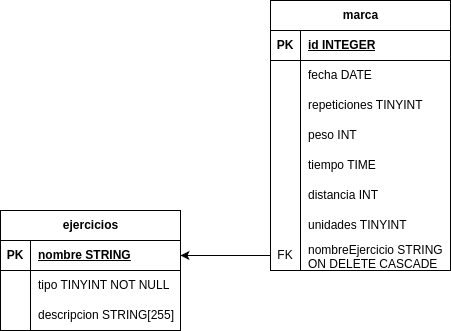
Before: doc/fotos/BDL iteracion 1.png, a diagram exported from draw.io (paccco/TFG). Source tidied: cells renumbered, new cells last; positions are measured from the earlier drawing's top-left corner, leaving out a move shared by most shapes. Source of this version:
```xml
<mxGraphModel>
  <root>
    <mxCell id="0" />
    <mxCell id="1" parent="0" />
    <mxCell id="2" value="ejercicios" style="shape=table;startSize=30;rowLines=0;fontStyle=1;align=center;html=1;" parent="1" vertex="1">
      <mxGeometry y="210" width="180" height="120" as="geometry" />
    </mxCell>
    <mxCell id="3" style="shape=tableRow;horizontal=0;startSize=0;swimlaneHead=0;swimlaneBody=0;fillColor=none;points=[[0,0.5],[1,0.5]];portConstraint=eastwest;top=0;left=0;right=0;bottom=1;" parent="2" vertex="1">
      <mxGeometry y="30" width="180" height="30" as="geometry" />
    </mxCell>
    <mxCell id="4" value="PK" style="shape=partialRectangle;fillColor=none;top=0;left=0;bottom=0;right=0;fontStyle=1;overflow=hidden;whiteSpace=wrap;html=1;" parent="3" vertex="1">
      <mxGeometry width="30" height="30" as="geometry" />
    </mxCell>
    <mxCell id="5" value="nombre STRING" style="shape=partialRectangle;fillColor=none;top=0;left=0;bottom=0;right=0;align=left;spacingLeft=6;fontStyle=5;overflow=hidden;whiteSpace=wrap;html=1;" parent="3" vertex="1">
      <mxGeometry x="30" width="150" height="30" as="geometry" />
    </mxCell>
    <mxCell id="6" style="shape=tableRow;horizontal=0;startSize=0;swimlaneHead=0;swimlaneBody=0;fillColor=none;top=0;left=0;right=0;bottom=0;" parent="2" vertex="1">
      <mxGeometry y="60" width="180" height="30" as="geometry" />
    </mxCell>
    <mxCell id="7" style="shape=partialRectangle;fillColor=none;top=0;left=0;bottom=0;right=0;overflow=hidden;whiteSpace=wrap;html=1;" parent="6" vertex="1">
      <mxGeometry width="30" height="30" as="geometry" />
    </mxCell>
    <mxCell id="8" value="tipo TINYINT NOT NULL" style="shape=partialRectangle;fillColor=none;top=0;left=0;bottom=0;right=0;align=left;spacingLeft=6;overflow=hidden;whiteSpace=wrap;html=1;" parent="6" vertex="1">
      <mxGeometry x="30" width="150" height="30" as="geometry" />
    </mxCell>
    <mxCell id="9" style="shape=tableRow;horizontal=0;startSize=0;swimlaneHead=0;swimlaneBody=0;fillColor=none;top=0;left=0;right=0;bottom=0;" parent="2" vertex="1">
      <mxGeometry y="90" width="180" height="30" as="geometry" />
    </mxCell>
    <mxCell id="10" style="shape=partialRectangle;fillColor=none;top=0;left=0;bottom=0;right=0;overflow=hidden;whiteSpace=wrap;html=1;" parent="9" vertex="1">
      <mxGeometry width="30" height="30" as="geometry" />
    </mxCell>
    <mxCell id="11" value="descripcion STRING[255]" style="shape=partialRectangle;fillColor=none;top=0;left=0;bottom=0;right=0;align=left;spacingLeft=6;overflow=hidden;whiteSpace=wrap;html=1;" parent="9" vertex="1">
      <mxGeometry x="30" width="150" height="30" as="geometry" />
    </mxCell>
    <mxCell id="12" value="marca" style="shape=table;startSize=30;rowLines=0;fontStyle=1;align=center;html=1;" parent="1" vertex="1">
      <mxGeometry x="270" width="180" height="270" as="geometry" />
    </mxCell>
    <mxCell id="13" style="shape=tableRow;horizontal=0;startSize=0;swimlaneHead=0;swimlaneBody=0;fillColor=none;top=0;left=0;right=0;bottom=1;" parent="12" vertex="1">
      <mxGeometry y="30" width="180" height="30" as="geometry" />
    </mxCell>
    <mxCell id="14" value="PK" style="shape=partialRectangle;fillColor=none;top=0;left=0;bottom=0;right=0;fontStyle=1;overflow=hidden;whiteSpace=wrap;html=1;" parent="13" vertex="1">
      <mxGeometry width="30" height="30" as="geometry" />
    </mxCell>
    <mxCell id="15" value="id INTEGER" style="shape=partialRectangle;fillColor=none;top=0;left=0;bottom=0;right=0;align=left;spacingLeft=6;fontStyle=5;overflow=hidden;whiteSpace=wrap;html=1;" parent="13" vertex="1">
      <mxGeometry x="30" width="150" height="30" as="geometry" />
    </mxCell>
    <mxCell id="16" style="shape=tableRow;horizontal=0;startSize=0;swimlaneHead=0;swimlaneBody=0;fillColor=none;top=0;left=0;right=0;bottom=0;" parent="12" vertex="1">
      <mxGeometry y="60" width="180" height="30" as="geometry" />
    </mxCell>
    <mxCell id="17" style="shape=partialRectangle;fillColor=none;top=0;left=0;bottom=0;right=0;overflow=hidden;whiteSpace=wrap;html=1;" parent="16" vertex="1">
      <mxGeometry width="30" height="30" as="geometry" />
    </mxCell>
    <mxCell id="18" value="fecha DATE" style="shape=partialRectangle;fillColor=none;top=0;left=0;bottom=0;right=0;align=left;spacingLeft=6;overflow=hidden;whiteSpace=wrap;html=1;" parent="16" vertex="1">
      <mxGeometry x="30" width="150" height="30" as="geometry" />
    </mxCell>
    <mxCell id="19" style="shape=tableRow;horizontal=0;startSize=0;swimlaneHead=0;swimlaneBody=0;fillColor=none;top=0;left=0;right=0;bottom=0;" parent="12" vertex="1">
      <mxGeometry y="90" width="180" height="30" as="geometry" />
    </mxCell>
    <mxCell id="20" style="shape=partialRectangle;fillColor=none;top=0;left=0;bottom=0;right=0;overflow=hidden;whiteSpace=wrap;html=1;" parent="19" vertex="1">
      <mxGeometry width="30" height="30" as="geometry" />
    </mxCell>
    <mxCell id="21" value="repeticiones TINYINT" style="shape=partialRectangle;fillColor=none;top=0;left=0;bottom=0;right=0;align=left;spacingLeft=6;overflow=hidden;whiteSpace=wrap;html=1;" parent="19" vertex="1">
      <mxGeometry x="30" width="150" height="30" as="geometry" />
    </mxCell>
    <mxCell id="22" style="shape=tableRow;horizontal=0;startSize=0;swimlaneHead=0;swimlaneBody=0;fillColor=none;top=0;left=0;right=0;bottom=0;" parent="12" vertex="1">
      <mxGeometry y="120" width="180" height="30" as="geometry" />
    </mxCell>
    <mxCell id="23" style="shape=partialRectangle;fillColor=none;top=0;left=0;bottom=0;right=0;overflow=hidden;whiteSpace=wrap;html=1;" parent="22" vertex="1">
      <mxGeometry width="30" height="30" as="geometry" />
    </mxCell>
    <mxCell id="24" value="peso INT" style="shape=partialRectangle;fillColor=none;top=0;left=0;bottom=0;right=0;align=left;spacingLeft=6;overflow=hidden;whiteSpace=wrap;html=1;" parent="22" vertex="1">
      <mxGeometry x="30" width="150" height="30" as="geometry" />
    </mxCell>
    <mxCell id="25" style="shape=tableRow;horizontal=0;startSize=0;swimlaneHead=0;swimlaneBody=0;fillColor=none;top=0;left=0;right=0;bottom=0;" parent="12" vertex="1">
      <mxGeometry y="150" width="180" height="30" as="geometry" />
    </mxCell>
    <mxCell id="26" style="shape=partialRectangle;fillColor=none;top=0;left=0;bottom=0;right=0;overflow=hidden;whiteSpace=wrap;html=1;" parent="25" vertex="1">
      <mxGeometry width="30" height="30" as="geometry" />
    </mxCell>
    <mxCell id="27" value="tiempo TIME" style="shape=partialRectangle;fillColor=none;top=0;left=0;bottom=0;right=0;align=left;spacingLeft=6;overflow=hidden;whiteSpace=wrap;html=1;" parent="25" vertex="1">
      <mxGeometry x="30" width="150" height="30" as="geometry" />
    </mxCell>
    <mxCell id="28" style="shape=tableRow;horizontal=0;startSize=0;swimlaneHead=0;swimlaneBody=0;fillColor=none;top=0;left=0;right=0;bottom=0;" parent="12" vertex="1">
      <mxGeometry y="180" width="180" height="30" as="geometry" />
    </mxCell>
    <mxCell id="29" style="shape=partialRectangle;fillColor=none;top=0;left=0;bottom=0;right=0;overflow=hidden;whiteSpace=wrap;html=1;" parent="28" vertex="1">
      <mxGeometry width="30" height="30" as="geometry" />
    </mxCell>
    <mxCell id="30" value="distancia INT" style="shape=partialRectangle;fillColor=none;top=0;left=0;bottom=0;right=0;align=left;spacingLeft=6;overflow=hidden;whiteSpace=wrap;html=1;" parent="28" vertex="1">
      <mxGeometry x="30" width="150" height="30" as="geometry" />
    </mxCell>
    <mxCell id="31" style="shape=tableRow;horizontal=0;startSize=0;swimlaneHead=0;swimlaneBody=0;fillColor=none;top=0;left=0;right=0;bottom=0;" parent="12" vertex="1">
      <mxGeometry y="210" width="180" height="30" as="geometry" />
    </mxCell>
    <mxCell id="32" style="shape=partialRectangle;fillColor=none;top=0;left=0;bottom=0;right=0;overflow=hidden;whiteSpace=wrap;html=1;" parent="31" vertex="1">
      <mxGeometry width="30" height="30" as="geometry" />
    </mxCell>
    <mxCell id="33" value="unidades TINYINT" style="shape=partialRectangle;fillColor=none;top=0;left=0;bottom=0;right=0;align=left;spacingLeft=6;overflow=hidden;whiteSpace=wrap;html=1;" parent="31" vertex="1">
      <mxGeometry x="30" width="150" height="30" as="geometry" />
    </mxCell>
    <mxCell id="34" style="shape=tableRow;horizontal=0;startSize=0;swimlaneHead=0;swimlaneBody=0;fillColor=none;points=[[0,0.5],[1,0.5]];portConstraint=eastwest;top=0;left=0;right=0;bottom=0;" parent="12" vertex="1">
      <mxGeometry y="240" width="180" height="30" as="geometry" />
    </mxCell>
    <mxCell id="35" value="FK" style="shape=partialRectangle;fillColor=none;top=0;left=0;bottom=0;right=0;overflow=hidden;whiteSpace=wrap;html=1;" parent="34" vertex="1">
      <mxGeometry width="30" height="30" as="geometry" />
    </mxCell>
    <mxCell id="36" value="nombreEjercicio STRING ON DELETE CASCADE" style="shape=partialRectangle;fillColor=none;top=0;left=0;bottom=0;right=0;align=left;spacingLeft=6;overflow=hidden;whiteSpace=wrap;html=1;" parent="34" vertex="1">
      <mxGeometry x="30" width="150" height="30" as="geometry" />
    </mxCell>
    <mxCell id="37" style="endArrow=classic;html=1;rounded=0;exitX=0;exitY=0.5;exitDx=0;exitDy=0;entryX=1;entryY=0.5;entryDx=0;entryDy=0;" parent="1" edge="1" source="34" target="3">
      <mxGeometry relative="1" as="geometry" />
    </mxCell>
  </root>
</mxGraphModel>
```
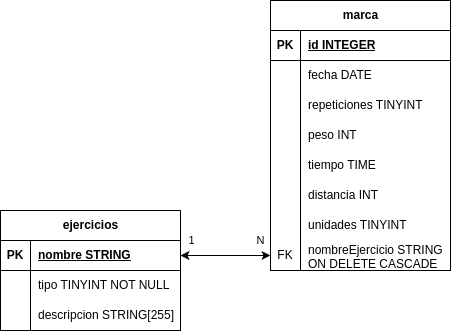
The same diagram one commit later.

Diff of the diagram source:
```diff
@@ -107,8 +107,18 @@
     <mxCell id="36" value="nombreEjercicio STRING ON DELETE CASCADE" style="shape=partialRectangle;fillColor=none;top=0;left=0;bottom=0;right=0;align=left;spacingLeft=6;overflow=hidden;whiteSpace=wrap;html=1;" parent="34" vertex="1">
       <mxGeometry x="30" width="150" height="30" as="geometry" />
     </mxCell>
-    <mxCell id="37" style="endArrow=classic;html=1;rounded=0;exitX=0;exitY=0.5;exitDx=0;exitDy=0;entryX=1;entryY=0.5;entryDx=0;entryDy=0;" parent="1" edge="1" source="34" target="3">
+    <mxCell id="37" style="endArrow=classic;html=1;rounded=0;exitX=0;exitY=0.5;exitDx=0;exitDy=0;entryX=1;entryY=0.5;entryDx=0;entryDy=0;startArrow=classic;startFill=1;" parent="1" edge="1" source="34" target="3">
       <mxGeometry relative="1" as="geometry" />
     </mxCell>
+    <mxCell id="38" value="1" style="edgeLabel;html=1;align=center;verticalAlign=middle;" parent="37" vertex="1">
+      <mxGeometry x="-0.05" y="2" relative="1" as="geometry">
+        <mxPoint x="-37" y="-17" as="offset" />
+      </mxGeometry>
+    </mxCell>
+    <mxCell id="39" value="N" style="edgeLabel;html=1;align=center;verticalAlign=middle;" parent="37" vertex="1">
+      <mxGeometry x="-0.04" relative="1" as="geometry">
+        <mxPoint x="33" y="-15" as="offset" />
+      </mxGeometry>
+    </mxCell>
   </root>
 </mxGraphModel>
```
